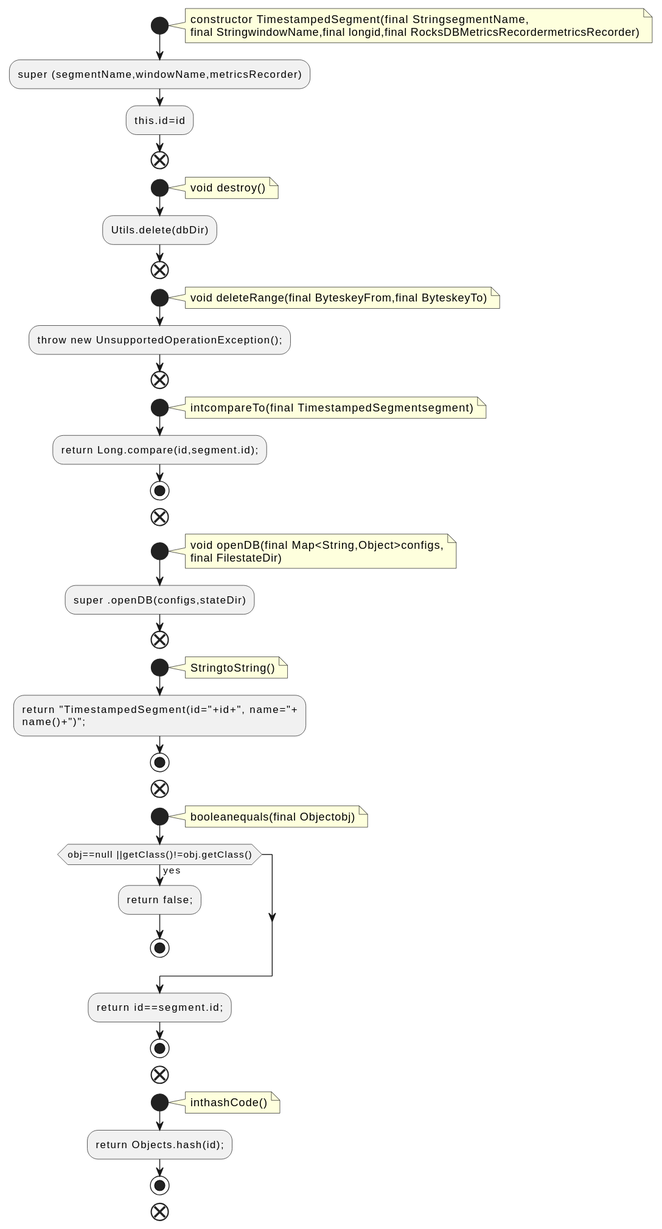
qualitesys/kafka keeps this PlantUML diagram as docs/qc/streams/src/main/java/org/apache/kafka/streams/state/internals/TimestampedSegment.java.fct.svg. Above is the earlier version.
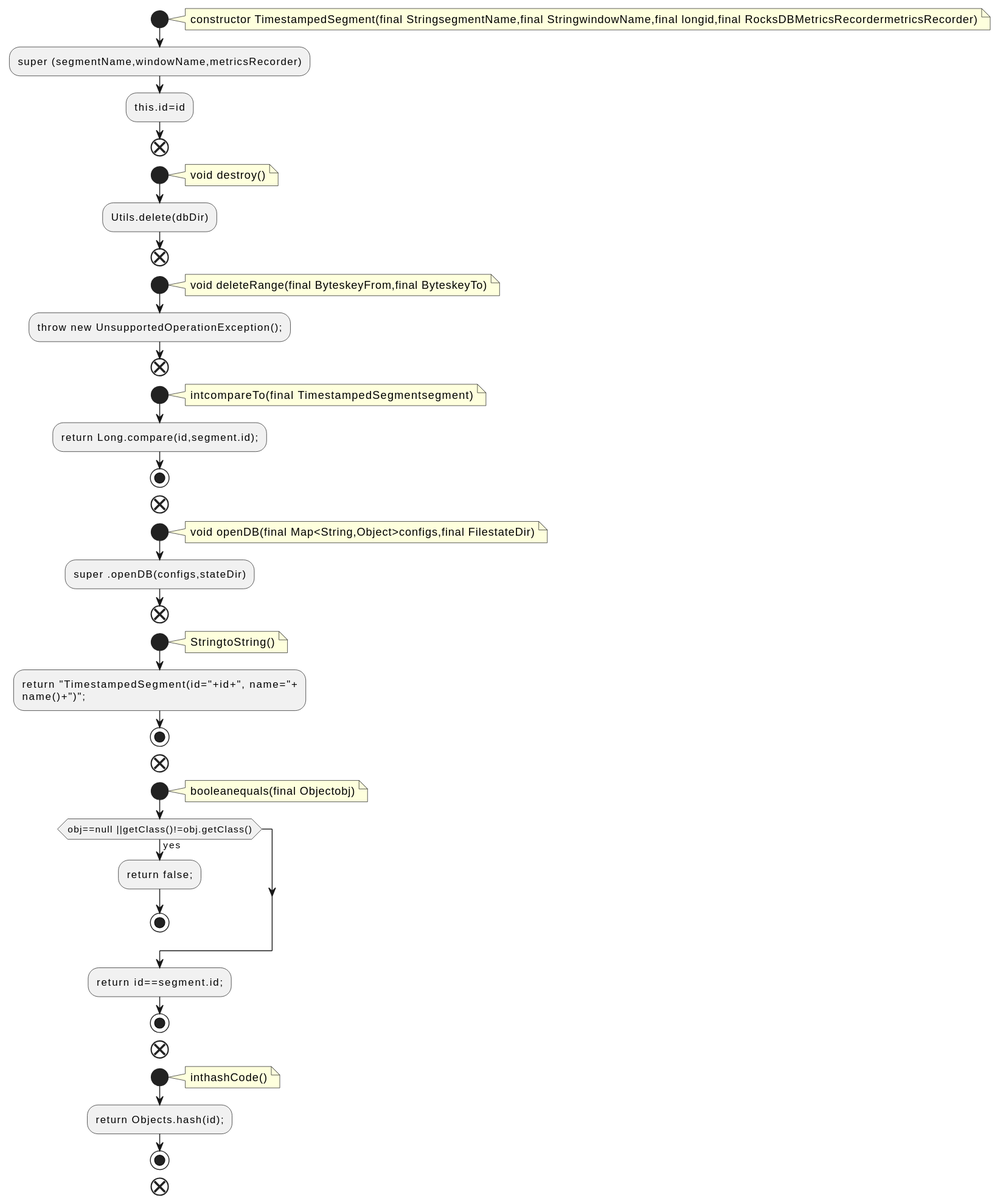
After the commit.

Diff of the diagram source:
```diff
@@ -2,8 +2,7 @@
 !pragma layout smetana
 start
 note right
-constructor TimestampedSegment(final StringsegmentName,
-final StringwindowName,final longid,final RocksDBMetricsRecordermetricsRecorder)
+constructor TimestampedSegment(final StringsegmentName,final StringwindowName,final longid,final RocksDBMetricsRecordermetricsRecorder)
 end note
 :super (segmentName,windowName,metricsRecorder);
 :this.id=id;
@@ -29,8 +28,7 @@
 end
 start
 note right
-void openDB(final Map<String,Object>configs,
-final FilestateDir)
+void openDB(final Map<String,Object>configs,final FilestateDir)
 end note
 :super .openDB(configs,stateDir);
 end
```
